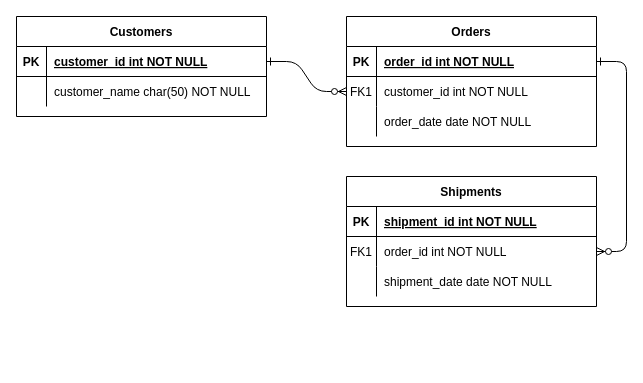
Earlier version of the draw.io diagram Untitled Diagram.drawio (zhouxiaokai/scripts). Source tidied: cells renumbered, new cells numbered last; positions are measured from the earlier drawing's top-left corner, leaving out a move shared by most shapes. Both pictures are drawn from the tidied source at 100%, with x=0, y=0 at pixel (16, 16).
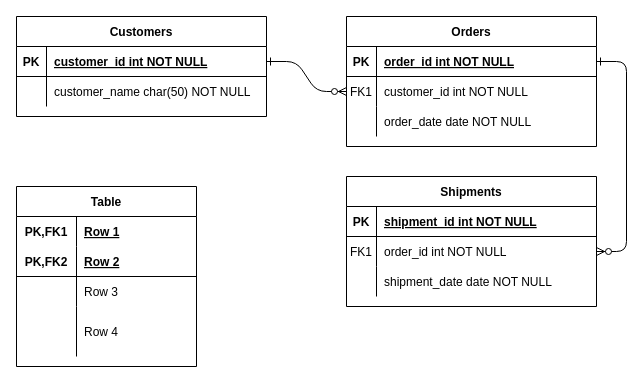
After the change.

Change to the diagram source:
```diff
@@
+    <mxCell id="31" value="Table" style="shape=table;startSize=30;childLayout=tableLayout;rowLines=0;fontStyle=1;align=center;" parent="1" vertex="1">
+      <mxGeometry y="170" width="180" height="180" as="geometry" />
+    </mxCell>
+    <mxCell id="32" style="shape=partialRectangle;fillColor=none;top=0;left=0;bottom=0;right=0;" parent="31" vertex="1">
+      <mxGeometry y="30" width="180" height="30" as="geometry" />
+    </mxCell>
+    <mxCell id="33" value="PK,FK1" style="shape=partialRectangle;fillColor=none;top=0;left=0;bottom=0;right=0;fontStyle=1;overflow=hidden;" parent="32" vertex="1">
+      <mxGeometry width="60" height="30" as="geometry" />
+    </mxCell>
+    <mxCell id="34" value="Row 1" style="shape=partialRectangle;fillColor=none;top=0;left=0;bottom=0;right=0;align=left;spacingLeft=6;fontStyle=5;overflow=hidden;" parent="32" vertex="1">
+      <mxGeometry x="60" width="120" height="30" as="geometry" />
+    </mxCell>
+    <mxCell id="35" style="shape=partialRectangle;fillColor=none;top=0;left=0;bottom=1;right=0;" parent="31" vertex="1">
+      <mxGeometry y="60" width="180" height="30" as="geometry" />
+    </mxCell>
+    <mxCell id="36" value="PK,FK2" style="shape=partialRectangle;fillColor=none;top=0;left=0;bottom=0;right=0;fontStyle=1;overflow=hidden;" parent="35" vertex="1">
+      <mxGeometry width="60" height="30" as="geometry" />
+    </mxCell>
+    <mxCell id="37" value="Row 2" style="shape=partialRectangle;fillColor=none;top=0;left=0;bottom=0;right=0;align=left;spacingLeft=6;fontStyle=5;overflow=hidden;" parent="35" vertex="1">
+      <mxGeometry x="60" width="120" height="30" as="geometry" />
+    </mxCell>
+    <mxCell id="38" style="shape=partialRectangle;fillColor=none;top=0;left=0;bottom=0;right=0;" parent="31" vertex="1">
+      <mxGeometry y="90" width="180" height="30" as="geometry" />
+    </mxCell>
+    <mxCell id="39" style="shape=partialRectangle;fillColor=none;top=0;left=0;bottom=0;right=0;overflow=hidden;" parent="38" vertex="1">
+      <mxGeometry width="60" height="30" as="geometry" />
+    </mxCell>
+    <mxCell id="40" value="Row 3" style="shape=partialRectangle;fillColor=none;top=0;left=0;bottom=0;right=0;align=left;spacingLeft=6;overflow=hidden;" parent="38" vertex="1">
+      <mxGeometry x="60" width="120" height="30" as="geometry" />
+    </mxCell>
+    <mxCell id="41" style="shape=partialRectangle;fillColor=none;top=0;left=0;bottom=0;right=0;" parent="31" vertex="1">
+      <mxGeometry y="120" width="180" height="50" as="geometry" />
+    </mxCell>
+    <mxCell id="42" style="shape=partialRectangle;fillColor=none;top=0;left=0;bottom=0;right=0;overflow=hidden;" parent="41" vertex="1">
+      <mxGeometry width="60" height="50" as="geometry" />
+    </mxCell>
+    <mxCell id="43" value="Row 4" style="shape=partialRectangle;fillColor=none;top=0;left=0;bottom=0;right=0;align=left;spacingLeft=6;overflow=hidden;" parent="41" vertex="1">
+      <mxGeometry x="60" width="120" height="50" as="geometry" />
+    </mxCell>
```
